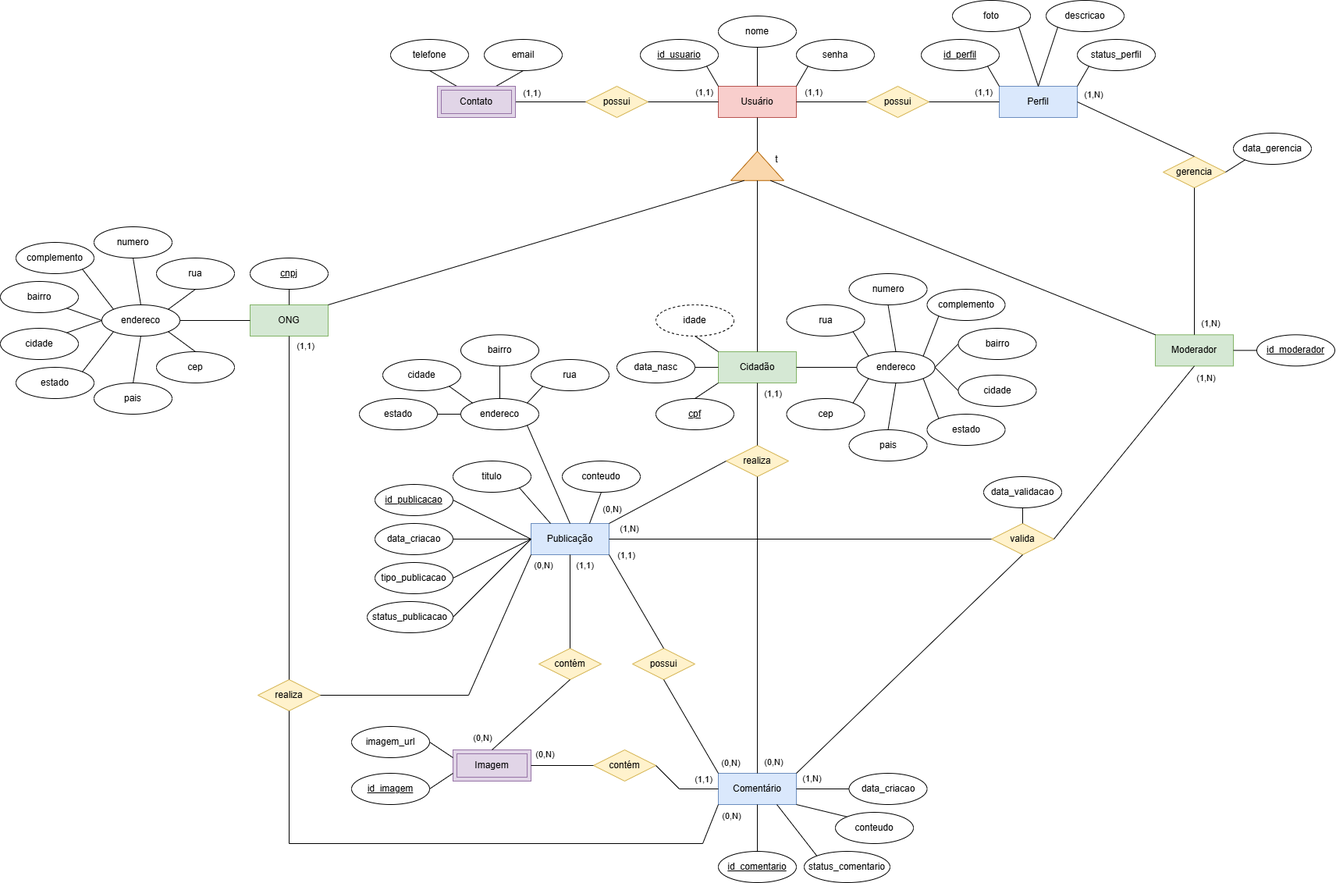
The draw.io diagram DOCUMENTACAO/PetMap - Modelo Conceitual.drawio.png in arthurpansera/PetMap, before a commit. Source tidied: cells renumbered, new cells last; positions are measured from the earlier drawing's top-left corner, leaving out a move shared by most shapes.
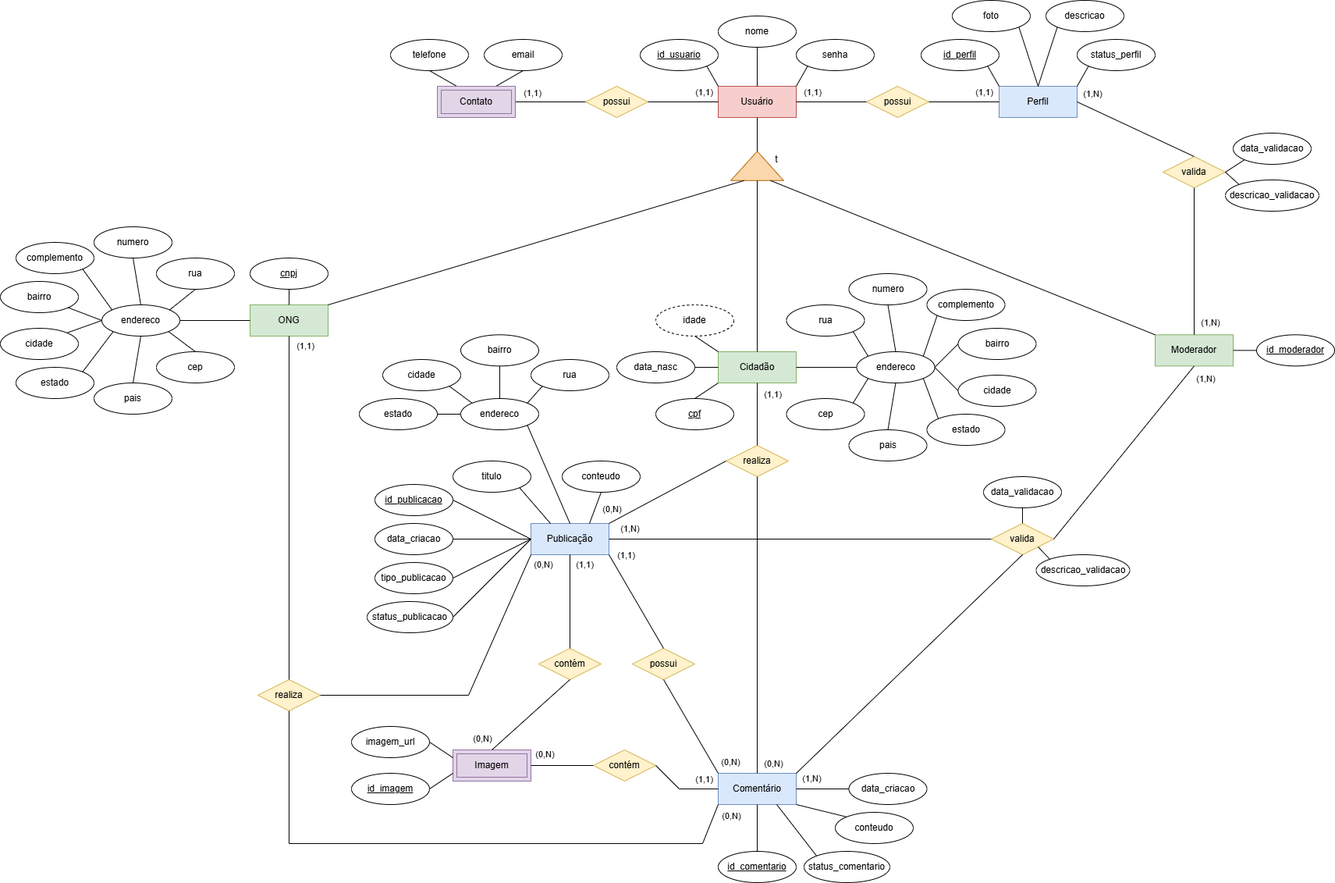
After the change.

Change to the diagram source:
```diff
@@ -193,7 +193,7 @@
     <mxCell id="62" style="endArrow=none;html=1;rounded=0;exitX=0;exitY=0.5;exitDx=0;exitDy=0;entryX=1;entryY=0;entryDx=0;entryDy=0;" parent="1" edge="1" source="45" target="54">
       <mxGeometry relative="1" as="geometry" />
     </mxCell>
-    <mxCell id="63" value="gerencia" style="shape=rhombus;perimeter=rhombusPerimeter;whiteSpace=wrap;html=1;align=center;fillColor=#fff2cc;strokeColor=#d6b656;" parent="1" vertex="1">
+    <mxCell id="63" value="valida" style="shape=rhombus;perimeter=rhombusPerimeter;whiteSpace=wrap;html=1;align=center;fillColor=#fff2cc;strokeColor=#d6b656;" parent="1" vertex="1">
       <mxGeometry x="1490" y="200" width="80" height="40" as="geometry" />
     </mxCell>
     <mxCell id="64" style="endArrow=none;html=1;rounded=0;exitX=0.5;exitY=0;exitDx=0;exitDy=0;entryX=0.5;entryY=1;entryDx=0;entryDy=0;" parent="1" edge="1" source="13" target="63">
@@ -533,7 +533,7 @@
     <mxCell id="159" style="endArrow=none;html=1;rounded=0;exitX=1;exitY=0.5;exitDx=0;exitDy=0;entryX=0;entryY=0.5;entryDx=0;entryDy=0;" parent="1" edge="1" source="75" target="69">
       <mxGeometry relative="1" as="geometry" />
     </mxCell>
-    <mxCell id="160" value="data_gerencia" style="ellipse;whiteSpace=wrap;html=1;align=center;" parent="1" vertex="1">
+    <mxCell id="160" value="data_validacao" style="ellipse;whiteSpace=wrap;html=1;align=center;" parent="1" vertex="1">
       <mxGeometry x="1580" y="170" width="100" height="40" as="geometry" />
     </mxCell>
     <mxCell id="161" style="endArrow=none;html=1;rounded=0;exitX=1;exitY=0.5;exitDx=0;exitDy=0;entryX=0;entryY=1;entryDx=0;entryDy=0;" parent="1" edge="1" source="63" target="160">
@@ -563,5 +563,17 @@
     <mxCell id="169" style="endArrow=none;html=1;rounded=0;exitX=1;exitY=0.5;exitDx=0;exitDy=0;entryX=0;entryY=0.5;entryDx=0;entryDy=0;" parent="1" edge="1" source="168" target="69">
       <mxGeometry relative="1" as="geometry" />
     </mxCell>
+    <mxCell id="170" value="descricao_validacao" style="ellipse;whiteSpace=wrap;html=1;align=center;" parent="1" vertex="1">
+      <mxGeometry x="1570" y="230" width="120" height="40" as="geometry" />
+    </mxCell>
+    <mxCell id="171" style="endArrow=none;html=1;rounded=0;exitX=1;exitY=0.5;exitDx=0;exitDy=0;entryX=0;entryY=0;entryDx=0;entryDy=0;" parent="1" edge="1" source="63" target="170">
+      <mxGeometry relative="1" as="geometry" />
+    </mxCell>
+    <mxCell id="172" value="descricao_validacao" style="ellipse;whiteSpace=wrap;html=1;align=center;" parent="1" vertex="1">
+      <mxGeometry x="1327.5" y="710" width="120" height="40" as="geometry" />
+    </mxCell>
+    <mxCell id="173" style="endArrow=none;html=1;rounded=0;exitX=0;exitY=0;exitDx=0;exitDy=0;entryX=1;entryY=1;entryDx=0;entryDy=0;" parent="1" edge="1" source="172" target="68">
+      <mxGeometry relative="1" as="geometry" />
+    </mxCell>
   </root>
 </mxGraphModel>
```
